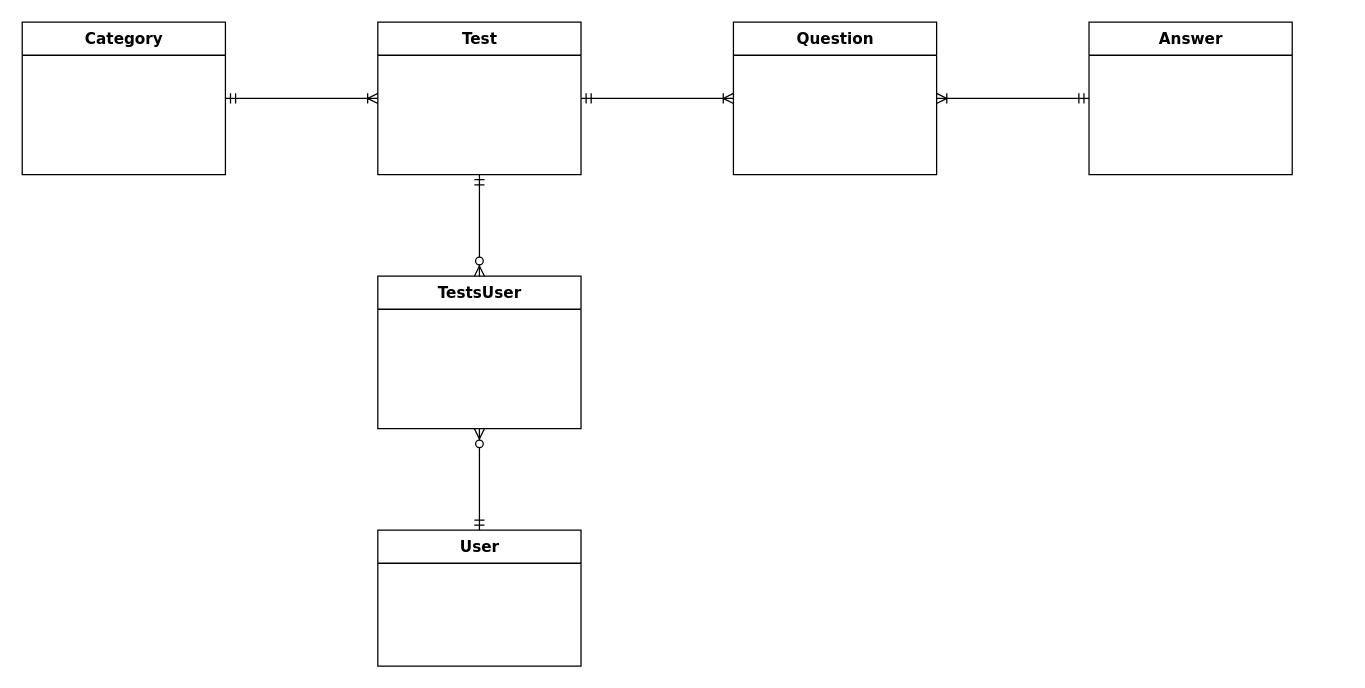
popeskul/test-guru keeps this draw.io diagram as TestGuru.drawio. Above is the earlier version. Source tidied: cells renumbered, new cells numbered last; positions are measured from the earlier drawing's top-left corner, leaving out a move shared by most shapes. Both pictures are drawn from the tidied source at 127%, with x=0, y=0 at pixel (22, 22).
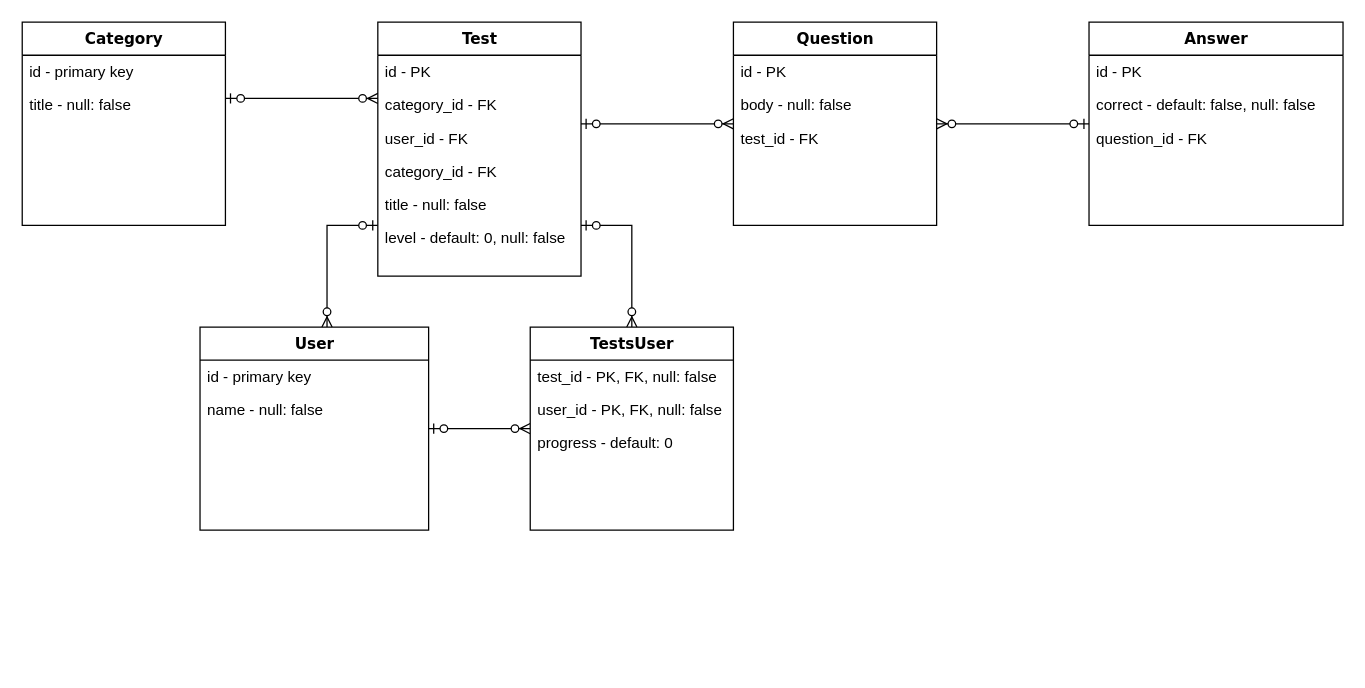
The same page after the edit.

What changed in the source:
```diff
@@
-    <mxCell id="2" style="edgeStyle=orthogonalEdgeStyle;rounded=0;jettySize=auto;html=1;entryX=0.5;entryY=1;entryDx=0;entryDy=0;startArrow=ERmandOne;startFill=0;endArrow=ERzeroToMany;endFill=1;" parent="1" edge="1" source="3" target="12">
+    <mxCell id="2" style="edgeStyle=orthogonalEdgeStyle;rounded=0;jettySize=auto;html=1;startArrow=ERzeroToOne;startFill=1;endArrow=ERzeroToMany;endFill=1;entryX=0;entryY=0.5;entryDx=0;entryDy=0;" parent="1" edge="1" source="3" target="12">
       <mxGeometry relative="1" as="geometry" />
     </mxCell>
+    <mxCell id="13" style="edgeStyle=orthogonalEdgeStyle;rounded=0;jettySize=auto;html=1;startArrow=ERzeroToMany;startFill=1;endArrow=ERzeroToOne;endFill=1;" parent="1" edge="1" source="3">
+      <mxGeometry relative="1" as="geometry">
+        <mxPoint x="280" y="160" as="targetPoint" />
+        <Array as="points">
+          <mxPoint x="240" y="160" />
+        </Array>
+      </mxGeometry>
+    </mxCell>
     <mxCell id="3" value="User" style="swimlane;html=1;fontStyle=1;align=center;verticalAlign=top;horizontal=1;startSize=26;swimlaneFillColor=#ffffff;rounded=0;shadow=0;comic=0;labelBackgroundColor=none;strokeWidth=1;fillColor=none;fontFamily=Verdana;fontSize=12;" parent="1" vertex="1">
-      <mxGeometry x="280" y="400" width="160" height="107" as="geometry" />
+      <mxGeometry x="140" y="240" width="180" height="160" as="geometry" />
     </mxCell>
+    <mxCell id="14" value="id - primary key" style="text;strokeColor=none;fillColor=none;align=left;verticalAlign=top;spacingLeft=4;spacingRight=4;overflow=hidden;" parent="3" vertex="1">
+      <mxGeometry y="26" width="180" height="26" as="geometry" />
+    </mxCell>
+    <mxCell id="15" value="name - null: false" style="text;strokeColor=none;fillColor=none;align=left;verticalAlign=top;spacingLeft=4;spacingRight=4;overflow=hidden;" parent="3" vertex="1">
+      <mxGeometry y="52" width="180" height="26" as="geometry" />
+    </mxCell>
-    <mxCell id="4" style="edgeStyle=orthogonalEdgeStyle;rounded=0;jettySize=auto;html=1;startArrow=ERmandOne;startFill=0;endArrow=ERzeroToMany;endFill=1;" parent="1" edge="1" source="5" target="12">
-      <mxGeometry relative="1" as="geometry" />
+    <mxCell id="4" style="edgeStyle=orthogonalEdgeStyle;rounded=0;jettySize=auto;html=1;startArrow=ERzeroToOne;startFill=1;endArrow=ERzeroToMany;endFill=1;entryX=0.5;entryY=0;entryDx=0;entryDy=0;" parent="1" edge="1" source="5" target="12">
+      <mxGeometry relative="1" as="geometry">
+        <Array as="points">
+          <mxPoint x="480" y="160" />
+        </Array>
+      </mxGeometry>
     </mxCell>
     <mxCell id="5" value="Test" style="swimlane;html=1;fontStyle=1;align=center;verticalAlign=top;horizontal=1;startSize=26;swimlaneFillColor=#ffffff;rounded=0;shadow=0;comic=0;labelBackgroundColor=none;strokeWidth=1;fillColor=none;fontFamily=Verdana;fontSize=12;" parent="1" vertex="1">
-      <mxGeometry x="280" width="160" height="120" as="geometry" />
+      <mxGeometry x="280" width="160" height="200" as="geometry" />
     </mxCell>
+    <mxCell id="16" value="id - PK" style="text;strokeColor=none;fillColor=none;align=left;verticalAlign=top;spacingLeft=4;spacingRight=4;overflow=hidden;" parent="5" vertex="1">
+      <mxGeometry y="26" width="160" height="26" as="geometry" />
+    </mxCell>
+    <mxCell id="17" value="category_id - FK" style="text;strokeColor=none;fillColor=none;align=left;verticalAlign=top;spacingLeft=4;spacingRight=4;overflow=hidden;" parent="5" vertex="1">
+      <mxGeometry y="52" width="160" height="26" as="geometry" />
+    </mxCell>
+    <mxCell id="18" value="user_id - FK" style="text;strokeColor=none;fillColor=none;align=left;verticalAlign=top;spacingLeft=4;spacingRight=4;overflow=hidden;points=[[0,0.5],[1,0.5]];portConstraint=eastwest;" parent="5" vertex="1">
+      <mxGeometry y="78" width="160" height="26" as="geometry" />
+    </mxCell>
+    <mxCell id="19" value="category_id - FK" style="text;strokeColor=none;fillColor=none;align=left;verticalAlign=top;spacingLeft=4;spacingRight=4;overflow=hidden;" parent="5" vertex="1">
+      <mxGeometry y="104" width="160" height="26" as="geometry" />
+    </mxCell>
+    <mxCell id="20" value="title - null: false" style="text;strokeColor=none;fillColor=none;align=left;verticalAlign=top;spacingLeft=4;spacingRight=4;overflow=hidden;" parent="5" vertex="1">
+      <mxGeometry y="130" width="160" height="26" as="geometry" />
+    </mxCell>
+    <mxCell id="21" value="level - default: 0, null: false" style="text;strokeColor=none;fillColor=none;align=left;verticalAlign=top;spacingLeft=4;spacingRight=4;overflow=hidden;" parent="5" vertex="1">
+      <mxGeometry y="156" width="160" height="26" as="geometry" />
+    </mxCell>
-    <mxCell id="6" style="edgeStyle=orthogonalEdgeStyle;rounded=0;jettySize=auto;html=1;entryX=0;entryY=0.5;entryDx=0;entryDy=0;endArrow=ERoneToMany;endFill=0;startArrow=ERmandOne;startFill=0;" parent="1" edge="1" source="7" target="5">
-      <mxGeometry relative="1" as="geometry" />
+    <mxCell id="6" style="edgeStyle=orthogonalEdgeStyle;rounded=0;jettySize=auto;html=1;endArrow=ERzeroToMany;endFill=1;startArrow=ERzeroToOne;startFill=1;" parent="1" edge="1" source="7">
+      <mxGeometry relative="1" as="geometry">
+        <mxPoint x="280" y="60" as="targetPoint" />
+        <Array as="points">
+          <mxPoint x="210" y="60" />
+          <mxPoint x="210" y="60" />
+        </Array>
+      </mxGeometry>
     </mxCell>
     <mxCell id="7" value="Category" style="swimlane;html=1;fontStyle=1;align=center;verticalAlign=top;horizontal=1;startSize=26;swimlaneFillColor=#ffffff;rounded=0;shadow=0;comic=0;labelBackgroundColor=none;strokeWidth=1;fillColor=none;fontFamily=Verdana;fontSize=12;" parent="1" vertex="1">
-      <mxGeometry width="160" height="120" as="geometry" />
+      <mxGeometry width="160" height="160" as="geometry" />
     </mxCell>
+    <mxCell id="22" value="id - primary key" style="text;strokeColor=none;fillColor=none;align=left;verticalAlign=top;spacingLeft=4;spacingRight=4;overflow=hidden;" parent="7" vertex="1">
+      <mxGeometry y="26" width="160" height="26" as="geometry" />
+    </mxCell>
+    <mxCell id="23" value="title - null: false" style="text;strokeColor=none;fillColor=none;align=left;verticalAlign=top;spacingLeft=4;spacingRight=4;overflow=hidden;" parent="7" vertex="1">
+      <mxGeometry y="52" width="160" height="26" as="geometry" />
+    </mxCell>
     <mxCell id="8" value="Answer" style="swimlane;html=1;fontStyle=1;align=center;verticalAlign=top;horizontal=1;startSize=26;swimlaneFillColor=#ffffff;rounded=0;shadow=0;comic=0;labelBackgroundColor=none;strokeWidth=1;fillColor=none;fontFamily=Verdana;fontSize=12;" parent="1" vertex="1">
-      <mxGeometry x="840" width="160" height="120" as="geometry" />
+      <mxGeometry x="840" width="200" height="160" as="geometry" />
     </mxCell>
-    <mxCell id="9" style="edgeStyle=orthogonalEdgeStyle;rounded=0;jettySize=auto;html=1;entryX=1;entryY=0.5;entryDx=0;entryDy=0;startArrow=ERoneToMany;startFill=0;endArrow=ERmandOne;endFill=0;" parent="1" edge="1" source="11" target="5">
-      <mxGeometry relative="1" as="geometry" />
-    </mxCell>
+    <mxCell id="24" value="id - PK" style="text;strokeColor=none;fillColor=none;align=left;verticalAlign=top;spacingLeft=4;spacingRight=4;overflow=hidden;" parent="8" vertex="1">
+      <mxGeometry y="26" width="200" height="26" as="geometry" />
+    </mxCell>
+    <mxCell id="25" value="correct - default: false, null: false" style="text;strokeColor=none;fillColor=none;align=left;verticalAlign=top;spacingLeft=4;spacingRight=4;overflow=hidden;" parent="8" vertex="1">
+      <mxGeometry y="52" width="200" height="26" as="geometry" />
+    </mxCell>
+    <mxCell id="26" value="question_id - FK" style="text;strokeColor=none;fillColor=none;align=left;verticalAlign=top;spacingLeft=4;spacingRight=4;overflow=hidden;" parent="8" vertex="1">
+      <mxGeometry y="78" width="200" height="26" as="geometry" />
+    </mxCell>
-    <mxCell id="10" style="edgeStyle=orthogonalEdgeStyle;rounded=0;jettySize=auto;html=1;entryX=0;entryY=0.5;entryDx=0;entryDy=0;startArrow=ERoneToMany;startFill=0;endArrow=ERmandOne;endFill=0;" parent="1" edge="1" source="11" target="8">
+    <mxCell id="10" style="edgeStyle=orthogonalEdgeStyle;rounded=0;jettySize=auto;html=1;entryX=0;entryY=0.5;entryDx=0;entryDy=0;startArrow=ERzeroToMany;startFill=1;endArrow=ERzeroToOne;endFill=1;" parent="1" edge="1" source="11" target="8">
       <mxGeometry relative="1" as="geometry" />
     </mxCell>
+    <mxCell id="27" style="edgeStyle=orthogonalEdgeStyle;rounded=0;jettySize=auto;html=1;entryX=1;entryY=0.077;entryDx=0;entryDy=0;entryPerimeter=0;startArrow=ERzeroToMany;startFill=1;endArrow=ERzeroToOne;endFill=1;" parent="1" edge="1" source="11" target="18">
+      <mxGeometry relative="1" as="geometry" />
+    </mxCell>
     <mxCell id="11" value="Question" style="swimlane;html=1;fontStyle=1;align=center;verticalAlign=top;horizontal=1;startSize=26;swimlaneFillColor=#ffffff;rounded=0;shadow=0;comic=0;labelBackgroundColor=none;strokeWidth=1;fillColor=none;fontFamily=Verdana;fontSize=12;" parent="1" vertex="1">
-      <mxGeometry x="560" width="160" height="120" as="geometry" />
+      <mxGeometry x="560" width="160" height="160" as="geometry" />
     </mxCell>
+    <mxCell id="28" value="id - PK" style="text;strokeColor=none;fillColor=none;align=left;verticalAlign=top;spacingLeft=4;spacingRight=4;overflow=hidden;" parent="11" vertex="1">
+      <mxGeometry y="26" width="160" height="26" as="geometry" />
+    </mxCell>
+    <mxCell id="29" value="body - null: false" style="text;strokeColor=none;fillColor=none;align=left;verticalAlign=top;spacingLeft=4;spacingRight=4;overflow=hidden;" parent="11" vertex="1">
+      <mxGeometry y="52" width="160" height="26" as="geometry" />
+    </mxCell>
+    <mxCell id="30" value="test_id - FK" style="text;strokeColor=none;fillColor=none;align=left;verticalAlign=top;spacingLeft=4;spacingRight=4;overflow=hidden;" parent="11" vertex="1">
+      <mxGeometry y="78" width="160" height="26" as="geometry" />
+    </mxCell>
     <mxCell id="12" value="TestsUser" style="swimlane;html=1;fontStyle=1;align=center;verticalAlign=top;horizontal=1;startSize=26;swimlaneFillColor=#ffffff;rounded=0;shadow=0;comic=0;labelBackgroundColor=none;strokeWidth=1;fillColor=none;fontFamily=Verdana;fontSize=12;" parent="1" vertex="1">
-      <mxGeometry x="280" y="200" width="160" height="120" as="geometry" />
+      <mxGeometry x="400" y="240" width="160" height="160" as="geometry" />
     </mxCell>
+    <mxCell id="31" value="test_id - PK, FK, null: false" style="text;strokeColor=none;fillColor=none;align=left;verticalAlign=top;spacingLeft=4;spacingRight=4;overflow=hidden;" parent="12" vertex="1">
+      <mxGeometry y="26" width="160" height="26" as="geometry" />
+    </mxCell>
+    <mxCell id="32" value="user_id - PK, FK, null: false" style="text;strokeColor=none;fillColor=none;align=left;verticalAlign=top;spacingLeft=4;spacingRight=4;overflow=hidden;" parent="12" vertex="1">
+      <mxGeometry y="52" width="160" height="26" as="geometry" />
+    </mxCell>
+    <mxCell id="33" value="progress - default: 0" style="text;strokeColor=none;fillColor=none;align=left;verticalAlign=top;spacingLeft=4;spacingRight=4;overflow=hidden;" parent="12" vertex="1">
+      <mxGeometry y="78" width="160" height="26" as="geometry" />
+    </mxCell>
```
